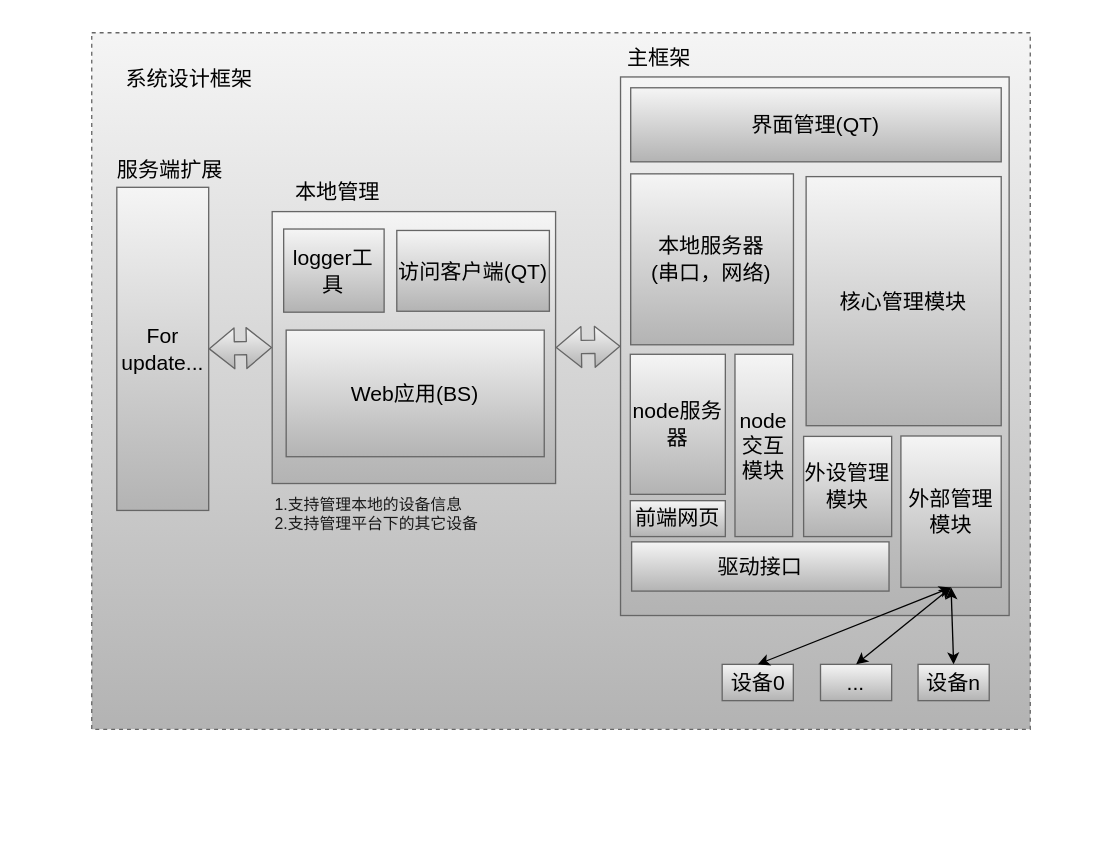
zc110747/remote_manage keeps this draw.io diagram as page "主框架" (1 of 3) of document/Firmware.drawio. Above is the earlier version. Source tidied: cells renumbered, new cells numbered last; positions are measured from the earlier drawing's top-left corner, leaving out a move shared by most shapes. Both pictures are drawn from the tidied source at 132%, with x=0, y=0 at pixel (22, 22).
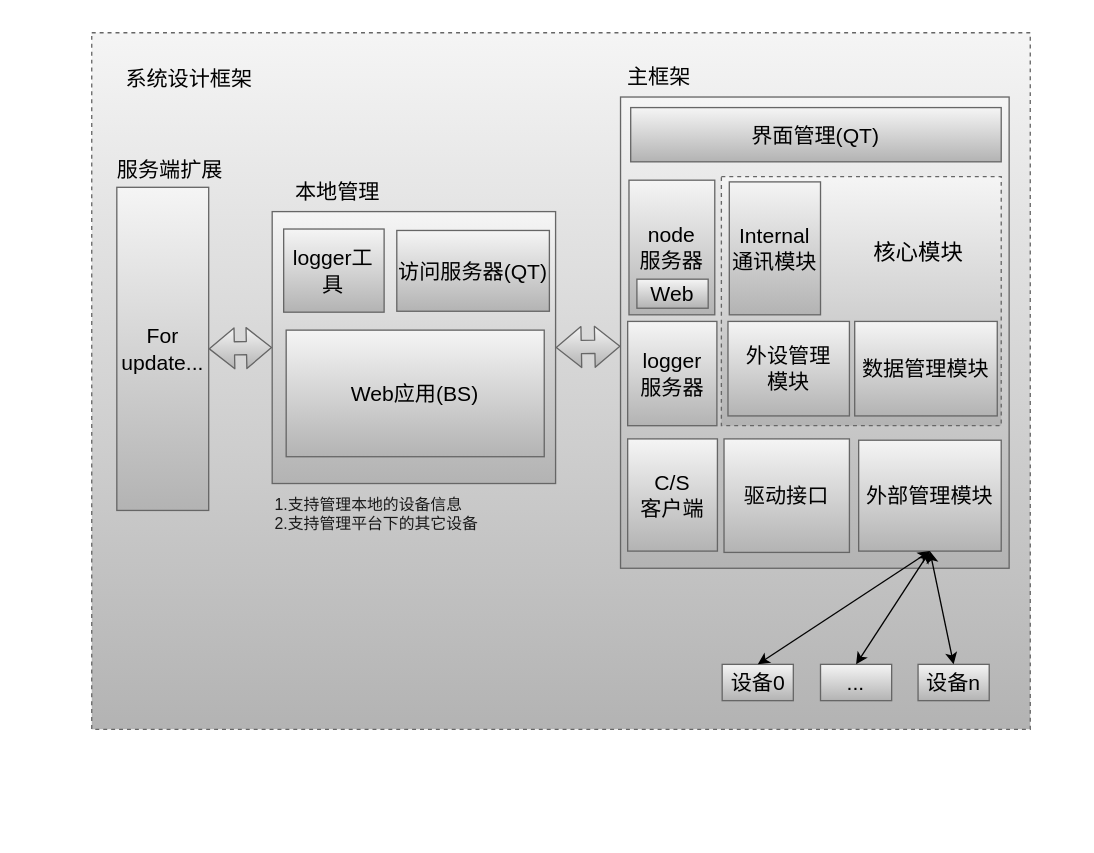
After the change.

Unchanged cells that the change refers to:
```xml
<mxCell id="2" style="group;" parent="1" vertex="1">
  <mxGeometry width="795" height="612" as="geometry" />
</mxCell>
```

Change to the diagram source:
```diff
@@
     <mxCell id="4" style="rounded=0;whiteSpace=wrap;html=1;fontSize=16;fillColor=#f5f5f5;gradientColor=#b3b3b3;strokeColor=#666666;fontColor=#000000;" parent="2" vertex="1">
-      <mxGeometry x="452.6" y="40.8" width="294.4" height="408" as="geometry" />
+      <mxGeometry x="452.6" y="56" width="294.4" height="357" as="geometry" />
     </mxCell>
@@
-    <mxCell id="6" value="访问客户端(QT)" style="rounded=0;whiteSpace=wrap;html=1;fontSize=16;fillColor=#f5f5f5;gradientColor=#b3b3b3;strokeColor=#666666;fontColor=#000000;" parent="2" vertex="1">
+    <mxCell id="6" value="访问服务器(QT)" style="rounded=0;whiteSpace=wrap;html=1;fontSize=16;fillColor=#f5f5f5;gradientColor=#b3b3b3;strokeColor=#666666;fontColor=#000000;" parent="2" vertex="1">
       <mxGeometry x="283.1" y="157.1" width="115.6" height="61.2" as="geometry" />
     </mxCell>
@@
     <mxCell id="10" value="界面管理(QT)" style="rounded=0;whiteSpace=wrap;html=1;fontSize=16;fillColor=#f5f5f5;gradientColor=#b3b3b3;strokeColor=#666666;fontColor=#000000;" parent="2" vertex="1">
-      <mxGeometry x="460.3" y="49" width="280.7" height="56.1" as="geometry" />
+      <mxGeometry x="460.3" y="64" width="280.7" height="41.1" as="geometry" />
     </mxCell>
     <mxCell id="11" value="驱动接口" style="rounded=0;whiteSpace=wrap;html=1;fontSize=16;fillColor=#f5f5f5;gradientColor=#b3b3b3;strokeColor=#666666;fontColor=#000000;" parent="2" vertex="1">
-      <mxGeometry x="461" y="393" width="195" height="37.3" as="geometry" />
+      <mxGeometry x="531" y="315" width="95" height="86" as="geometry" />
     </mxCell>
     <mxCell id="12" value="外部管理模块" style="rounded=0;whiteSpace=wrap;html=1;fontSize=16;fillColor=#f5f5f5;gradientColor=#b3b3b3;strokeColor=#666666;fontColor=#000000;" parent="2" vertex="1">
-      <mxGeometry x="665" y="312.8" width="76" height="114.7" as="geometry" />
+      <mxGeometry x="633" y="316" width="108" height="84" as="geometry" />
     </mxCell>
     <mxCell id="13" value="主框架" style="text;html=1;fillColor=none;align=center;verticalAlign=middle;whiteSpace=wrap;rounded=0;fontSize=16;fontColor=#000000;" parent="2" vertex="1">
-      <mxGeometry x="452.6" y="10.2" width="57.8" height="30.6" as="geometry" />
+      <mxGeometry x="452.6" y="25.4" width="57.8" height="30.6" as="geometry" />
     </mxCell>
@@
-    <mxCell id="26" value="node服务器" style="rounded=0;whiteSpace=wrap;html=1;fontSize=16;fillColor=#f5f5f5;gradientColor=#b3b3b3;strokeColor=#666666;fontColor=#000000;" parent="2" vertex="1">
-      <mxGeometry x="460" y="250.9" width="72" height="106.1" as="geometry" />
+    <mxCell id="26" value="node&lt;br&gt;服务器" style="rounded=0;whiteSpace=wrap;html=1;fontSize=16;fillColor=#f5f5f5;gradientColor=#b3b3b3;strokeColor=#666666;fontColor=#000000;" parent="2" vertex="1">
+      <mxGeometry x="459" y="119" width="65" height="102" as="geometry" />
     </mxCell>
-    <mxCell id="27" value="本地服务器&lt;br&gt;(串口，网络)" style="rounded=0;whiteSpace=wrap;html=1;fontSize=16;fillColor=#f5f5f5;gradientColor=#b3b3b3;strokeColor=#666666;fontColor=#000000;" parent="2" vertex="1">
-      <mxGeometry x="460.3" y="114.2" width="123.3" height="129.5" as="geometry" />
+    <mxCell id="27" value="C/S&lt;br&gt;客户端" style="rounded=0;whiteSpace=wrap;html=1;fontSize=16;fillColor=#f5f5f5;gradientColor=#b3b3b3;strokeColor=#666666;fontColor=#000000;" parent="2" vertex="1">
+      <mxGeometry x="458" y="315" width="68" height="85" as="geometry" />
     </mxCell>
-    <mxCell id="28" value="外设管理模块" style="rounded=0;whiteSpace=wrap;html=1;fontSize=16;fillColor=#f5f5f5;gradientColor=#b3b3b3;strokeColor=#666666;fontColor=#000000;" parent="2" vertex="1">
-      <mxGeometry x="591.3" y="313.1" width="66.7" height="75.9" as="geometry" />
-    </mxCell>
-    <mxCell id="29" value="核心管理模块" style="rounded=0;whiteSpace=wrap;html=1;fontSize=16;fillColor=#f5f5f5;gradientColor=#b3b3b3;strokeColor=#666666;fontColor=#000000;" parent="2" vertex="1">
-      <mxGeometry x="593.2" y="116.3" width="147.8" height="188.7" as="geometry" />
+    <mxCell id="29" style="rounded=0;whiteSpace=wrap;html=1;fontSize=16;fillColor=#f5f5f5;gradientColor=#b3b3b3;strokeColor=#666666;fontColor=#000000;dashed=1;" parent="2" vertex="1">
+      <mxGeometry x="529" y="116.3" width="212" height="188.7" as="geometry" />
     </mxCell>
-    <mxCell id="30" value="node交互模块" style="rounded=0;whiteSpace=wrap;html=1;fontSize=16;fillColor=#f5f5f5;gradientColor=#b3b3b3;strokeColor=#666666;fontColor=#000000;" parent="2" vertex="1">
-      <mxGeometry x="539.3" y="250.9" width="43.7" height="138.1" as="geometry" />
+    <mxCell id="30" value="Internal通讯模块" style="rounded=0;whiteSpace=wrap;html=1;fontSize=16;fillColor=#f5f5f5;gradientColor=#b3b3b3;strokeColor=#666666;fontColor=#000000;" parent="2" vertex="1">
+      <mxGeometry x="535" y="120.3" width="69.1" height="100.7" as="geometry" />
     </mxCell>
-    <mxCell id="31" value="前端网页" style="rounded=0;whiteSpace=wrap;html=1;fontSize=16;fillColor=#f5f5f5;gradientColor=#b3b3b3;strokeColor=#666666;fontColor=#000000;" parent="2" vertex="1">
-      <mxGeometry x="460" y="361.8" width="72" height="27.2" as="geometry" />
+    <mxCell id="31" value="Web" style="rounded=0;whiteSpace=wrap;html=1;fontSize=16;fillColor=#f5f5f5;gradientColor=#b3b3b3;strokeColor=#666666;fontColor=#000000;" parent="2" vertex="1">
+      <mxGeometry x="465" y="194" width="54" height="22" as="geometry" />
     </mxCell>
+    <mxCell id="28" value="外设管理&lt;br&gt;模块" style="rounded=0;whiteSpace=wrap;html=1;fontSize=16;fillColor=#f5f5f5;gradientColor=#b3b3b3;strokeColor=#666666;fontColor=#000000;" parent="2" vertex="1">
+      <mxGeometry x="534" y="226" width="92" height="71.6" as="geometry" />
+    </mxCell>
+    <mxCell id="32" value="核心模块" style="text;html=1;strokeColor=none;fillColor=none;align=center;verticalAlign=middle;whiteSpace=wrap;rounded=0;dashed=1;fontSize=17;" parent="2" vertex="1">
+      <mxGeometry x="633" y="163" width="91" height="24" as="geometry" />
+    </mxCell>
+    <mxCell id="33" value="logger&lt;br&gt;服务器" style="rounded=0;whiteSpace=wrap;html=1;fontSize=16;fillColor=#f5f5f5;gradientColor=#b3b3b3;strokeColor=#666666;fontColor=#000000;" parent="2" vertex="1">
+      <mxGeometry x="458" y="226" width="67.6" height="79" as="geometry" />
+    </mxCell>
+    <mxCell id="34" value="数据管理模块" style="rounded=0;whiteSpace=wrap;html=1;fontSize=16;fillColor=#f5f5f5;gradientColor=#b3b3b3;strokeColor=#666666;fontColor=#000000;" parent="2" vertex="1">
+      <mxGeometry x="630" y="226" width="108" height="71.6" as="geometry" />
+    </mxCell>
```
